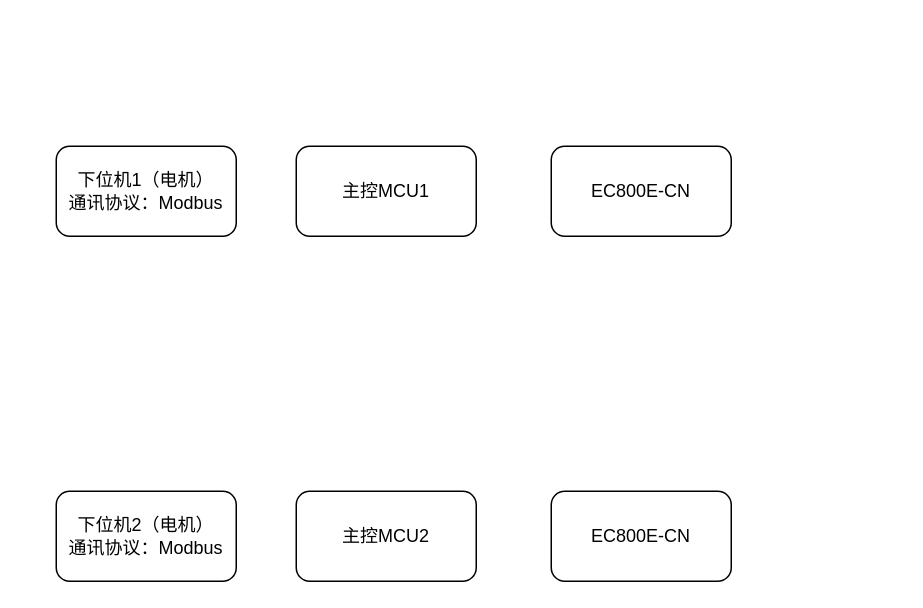
This is 未命名绘图.drawio from fusu19/blog-pic, a draw.io file, before an edit. Source tidied: cells renumbered, new cells numbered last; positions are measured from the earlier drawing's top-left corner, leaving out a move shared by most shapes. Both pictures are drawn from the tidied source at 150%, with x=0, y=0 at pixel (56, 146).
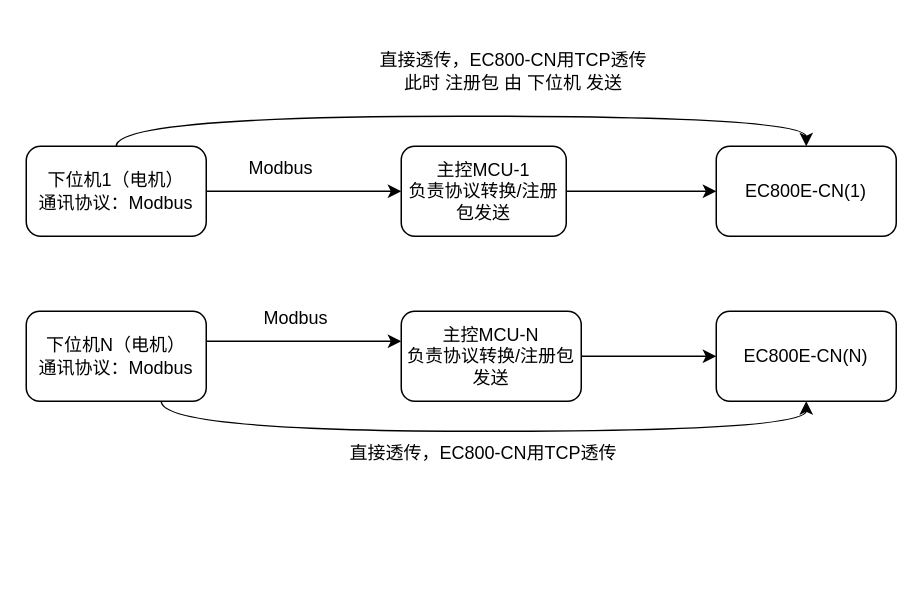
The same page after the edit.

Change to the diagram source:
```diff
@@
+    <mxCell id="8" style="edgeStyle=orthogonalEdgeStyle;rounded=0;jettySize=auto;html=1;exitX=1;exitY=0.5;exitDx=0;exitDy=0;entryX=0;entryY=0.5;entryDx=0;entryDy=0;" parent="1" edge="1" source="2" target="4">
+      <mxGeometry relative="1" as="geometry">
+        <Array as="points">
+          <mxPoint x="200" y="30" />
+          <mxPoint x="200" y="30" />
+        </Array>
+      </mxGeometry>
+    </mxCell>
+    <mxCell id="9" style="edgeStyle=orthogonalEdgeStyle;curved=1;rounded=0;jettySize=auto;html=1;exitX=0.5;exitY=0;exitDx=0;exitDy=0;" parent="1" edge="1" source="2" target="5">
+      <mxGeometry relative="1" as="geometry">
+        <Array as="points">
+          <mxPoint x="40" y="-20" />
+          <mxPoint x="500" y="-20" />
+        </Array>
+      </mxGeometry>
+    </mxCell>
-    <mxCell id="2" value="下位机1（电机）&lt;br&gt;通讯协议：Modbus" style="rounded=1;whiteSpace=wrap;html=1;" parent="1" vertex="1">
-      <mxGeometry width="120" height="60" as="geometry" />
+    <mxCell id="2" value="下位机1（电机）&lt;br&gt;通讯协议：Modbus" style="rounded=1;whiteSpace=wrap;html=1;arcSize=16;" parent="1" vertex="1">
+      <mxGeometry x="-20" width="120" height="60" as="geometry" />
     </mxCell>
+    <mxCell id="10" style="edgeStyle=orthogonalEdgeStyle;curved=1;rounded=0;jettySize=auto;html=1;exitX=0.75;exitY=1;exitDx=0;exitDy=0;entryX=0.5;entryY=1;entryDx=0;entryDy=0;" parent="1" edge="1" source="3" target="7">
+      <mxGeometry relative="1" as="geometry" />
+    </mxCell>
-    <mxCell id="3" value="下位机2（电机）&lt;br&gt;通讯协议：Modbus" style="rounded=1;whiteSpace=wrap;html=1;" parent="1" vertex="1">
-      <mxGeometry y="230" width="120" height="60" as="geometry" />
+    <mxCell id="3" value="下位机N（电机）&lt;br&gt;通讯协议：Modbus" style="rounded=1;whiteSpace=wrap;html=1;" parent="1" vertex="1">
+      <mxGeometry x="-20" y="110" width="120" height="60" as="geometry" />
     </mxCell>
+    <mxCell id="11" style="edgeStyle=orthogonalEdgeStyle;curved=1;rounded=0;jettySize=auto;html=1;" parent="1" edge="1" source="4" target="5">
+      <mxGeometry relative="1" as="geometry" />
+    </mxCell>
-    <mxCell id="4" value="主控MCU1" style="rounded=1;whiteSpace=wrap;html=1;" parent="1" vertex="1">
-      <mxGeometry x="160" width="120" height="60" as="geometry" />
+    <mxCell id="4" value="主控MCU-1&lt;br&gt;负责协议转换/注册包发送" style="rounded=1;whiteSpace=wrap;html=1;" parent="1" vertex="1">
+      <mxGeometry x="230" width="110" height="60" as="geometry" />
     </mxCell>
-    <mxCell id="5" value="EC800E-CN" style="rounded=1;whiteSpace=wrap;html=1;" parent="1" vertex="1">
-      <mxGeometry x="330" width="120" height="60" as="geometry" />
+    <mxCell id="5" value="EC800E-CN(1)" style="rounded=1;whiteSpace=wrap;html=1;" parent="1" vertex="1">
+      <mxGeometry x="440" width="120" height="60" as="geometry" />
     </mxCell>
+    <mxCell id="12" style="edgeStyle=orthogonalEdgeStyle;curved=1;rounded=0;jettySize=auto;html=1;" parent="1" edge="1" source="6" target="7">
+      <mxGeometry relative="1" as="geometry" />
+    </mxCell>
-    <mxCell id="6" value="主控MCU2" style="rounded=1;whiteSpace=wrap;html=1;" parent="1" vertex="1">
-      <mxGeometry x="160" y="230" width="120" height="60" as="geometry" />
+    <mxCell id="6" value="主控MCU-N&lt;br&gt;负责协议转换/注册包发送" style="rounded=1;whiteSpace=wrap;html=1;" parent="1" vertex="1">
+      <mxGeometry x="230" y="110" width="120" height="60" as="geometry" />
     </mxCell>
-    <mxCell id="7" value="EC800E-CN" style="rounded=1;whiteSpace=wrap;html=1;" parent="1" vertex="1">
-      <mxGeometry x="330" y="230" width="120" height="60" as="geometry" />
+    <mxCell id="7" value="EC800E-CN(N)" style="rounded=1;whiteSpace=wrap;html=1;" parent="1" vertex="1">
+      <mxGeometry x="440" y="110" width="120" height="60" as="geometry" />
     </mxCell>
+    <mxCell id="13" value="Modbus" style="text;html=1;strokeColor=none;fillColor=none;align=center;verticalAlign=middle;whiteSpace=wrap;rounded=0;" parent="1" vertex="1">
+      <mxGeometry x="120" width="60" height="30" as="geometry" />
+    </mxCell>
+    <mxCell id="14" style="edgeStyle=orthogonalEdgeStyle;rounded=0;orthogonalLoop=1;jettySize=auto;html=1;exitX=1;exitY=0.5;exitDx=0;exitDy=0;entryX=0;entryY=0.5;entryDx=0;entryDy=0;" parent="1" edge="1">
+      <mxGeometry relative="1" as="geometry">
+        <mxPoint x="100" y="130" as="sourcePoint" />
+        <mxPoint x="230" y="130" as="targetPoint" />
+        <Array as="points">
+          <mxPoint x="210" y="130" />
+          <mxPoint x="210" y="130" />
+        </Array>
+      </mxGeometry>
+    </mxCell>
+    <mxCell id="15" value="Modbus" style="text;html=1;strokeColor=none;fillColor=none;align=center;verticalAlign=middle;whiteSpace=wrap;rounded=0;" parent="1" vertex="1">
+      <mxGeometry x="130" y="100" width="60" height="30" as="geometry" />
+    </mxCell>
+    <mxCell id="16" value="直接透传，EC800-CN用TCP透传&lt;br&gt;此时 注册包 由 下位机 发送" style="text;html=1;strokeColor=none;fillColor=none;align=center;verticalAlign=middle;whiteSpace=wrap;rounded=0;" parent="1" vertex="1">
+      <mxGeometry x="200" y="-80" width="210" height="60" as="geometry" />
+    </mxCell>
+    <mxCell id="17" value="直接透传，EC800-CN用TCP透传" style="text;html=1;strokeColor=none;fillColor=none;align=center;verticalAlign=middle;whiteSpace=wrap;rounded=0;" parent="1" vertex="1">
+      <mxGeometry x="180" y="190" width="210" height="30" as="geometry" />
+    </mxCell>
```
